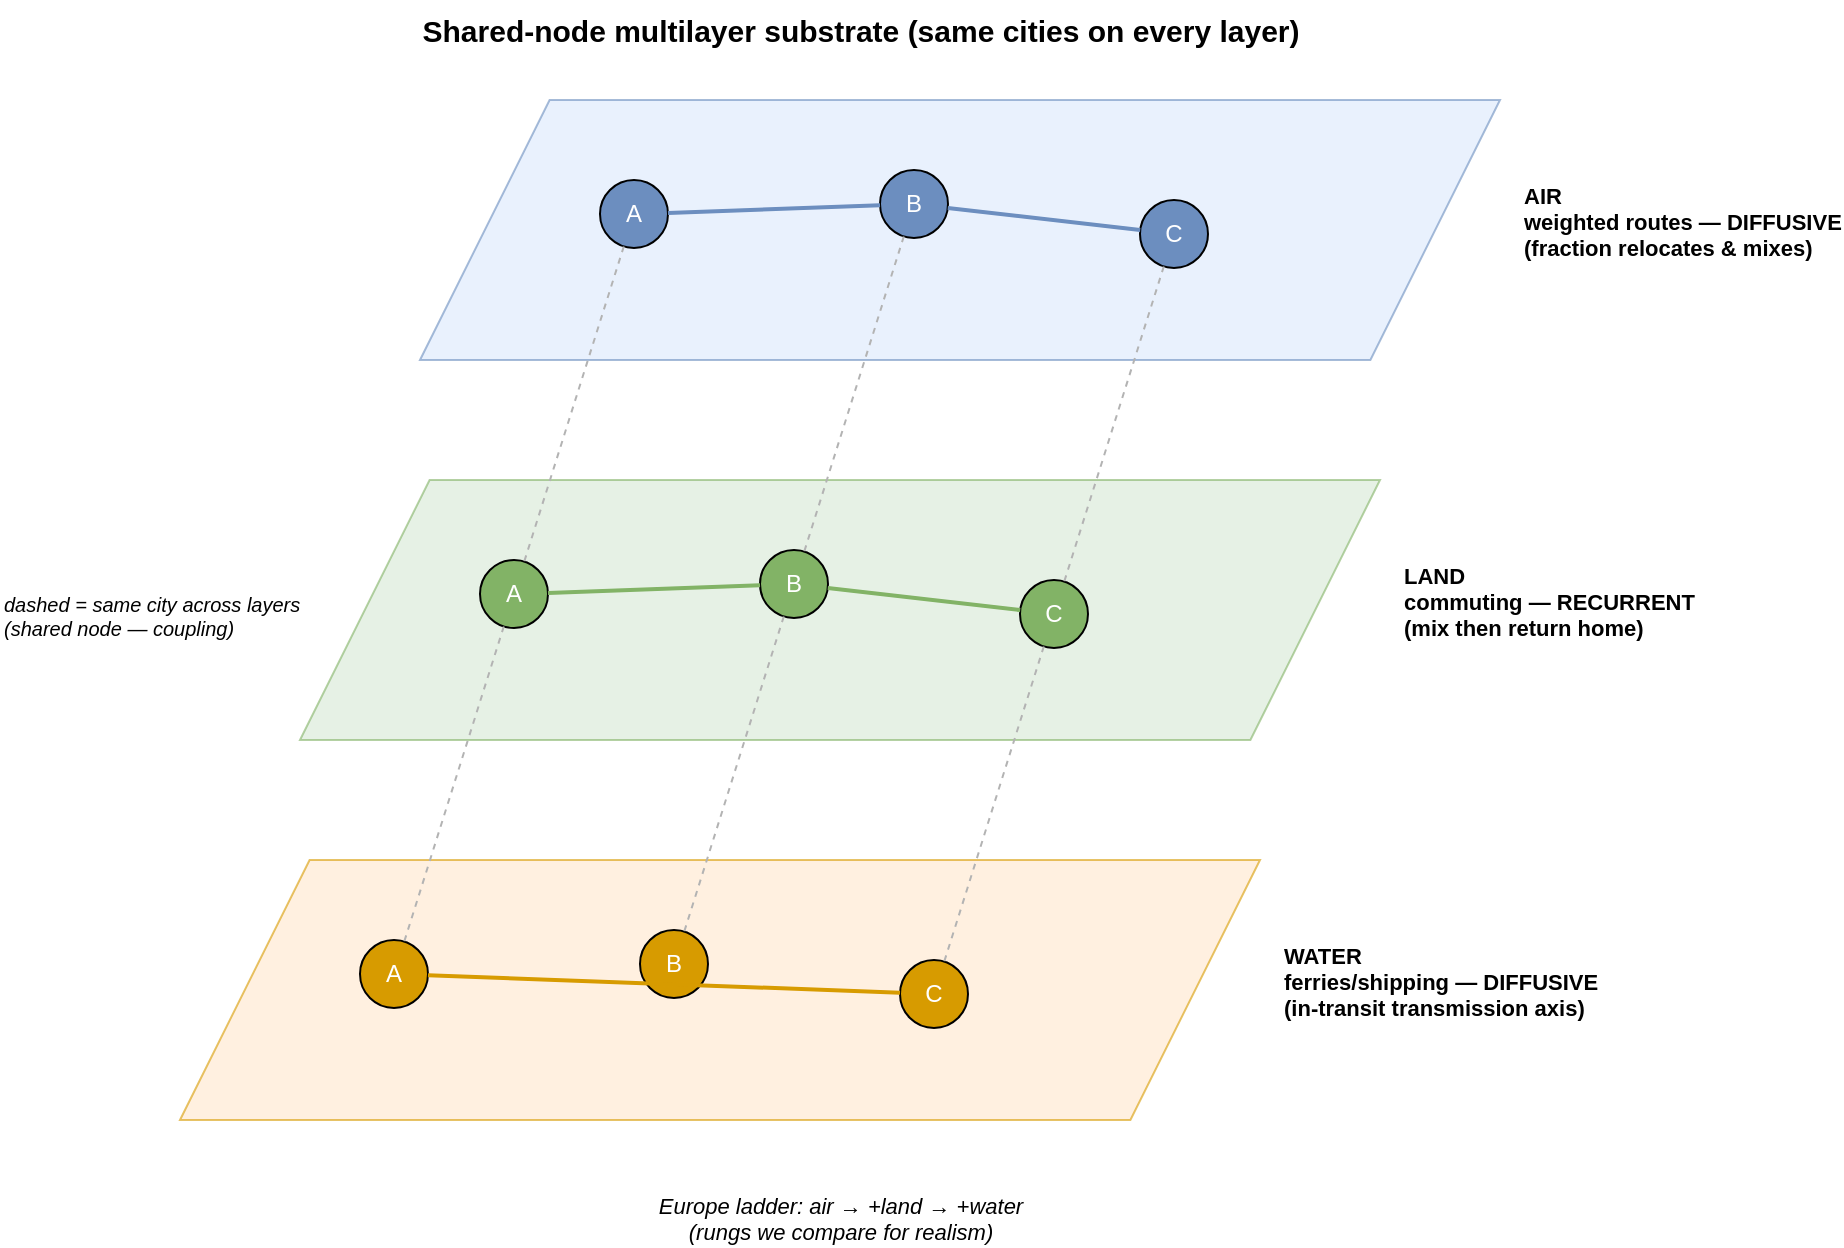
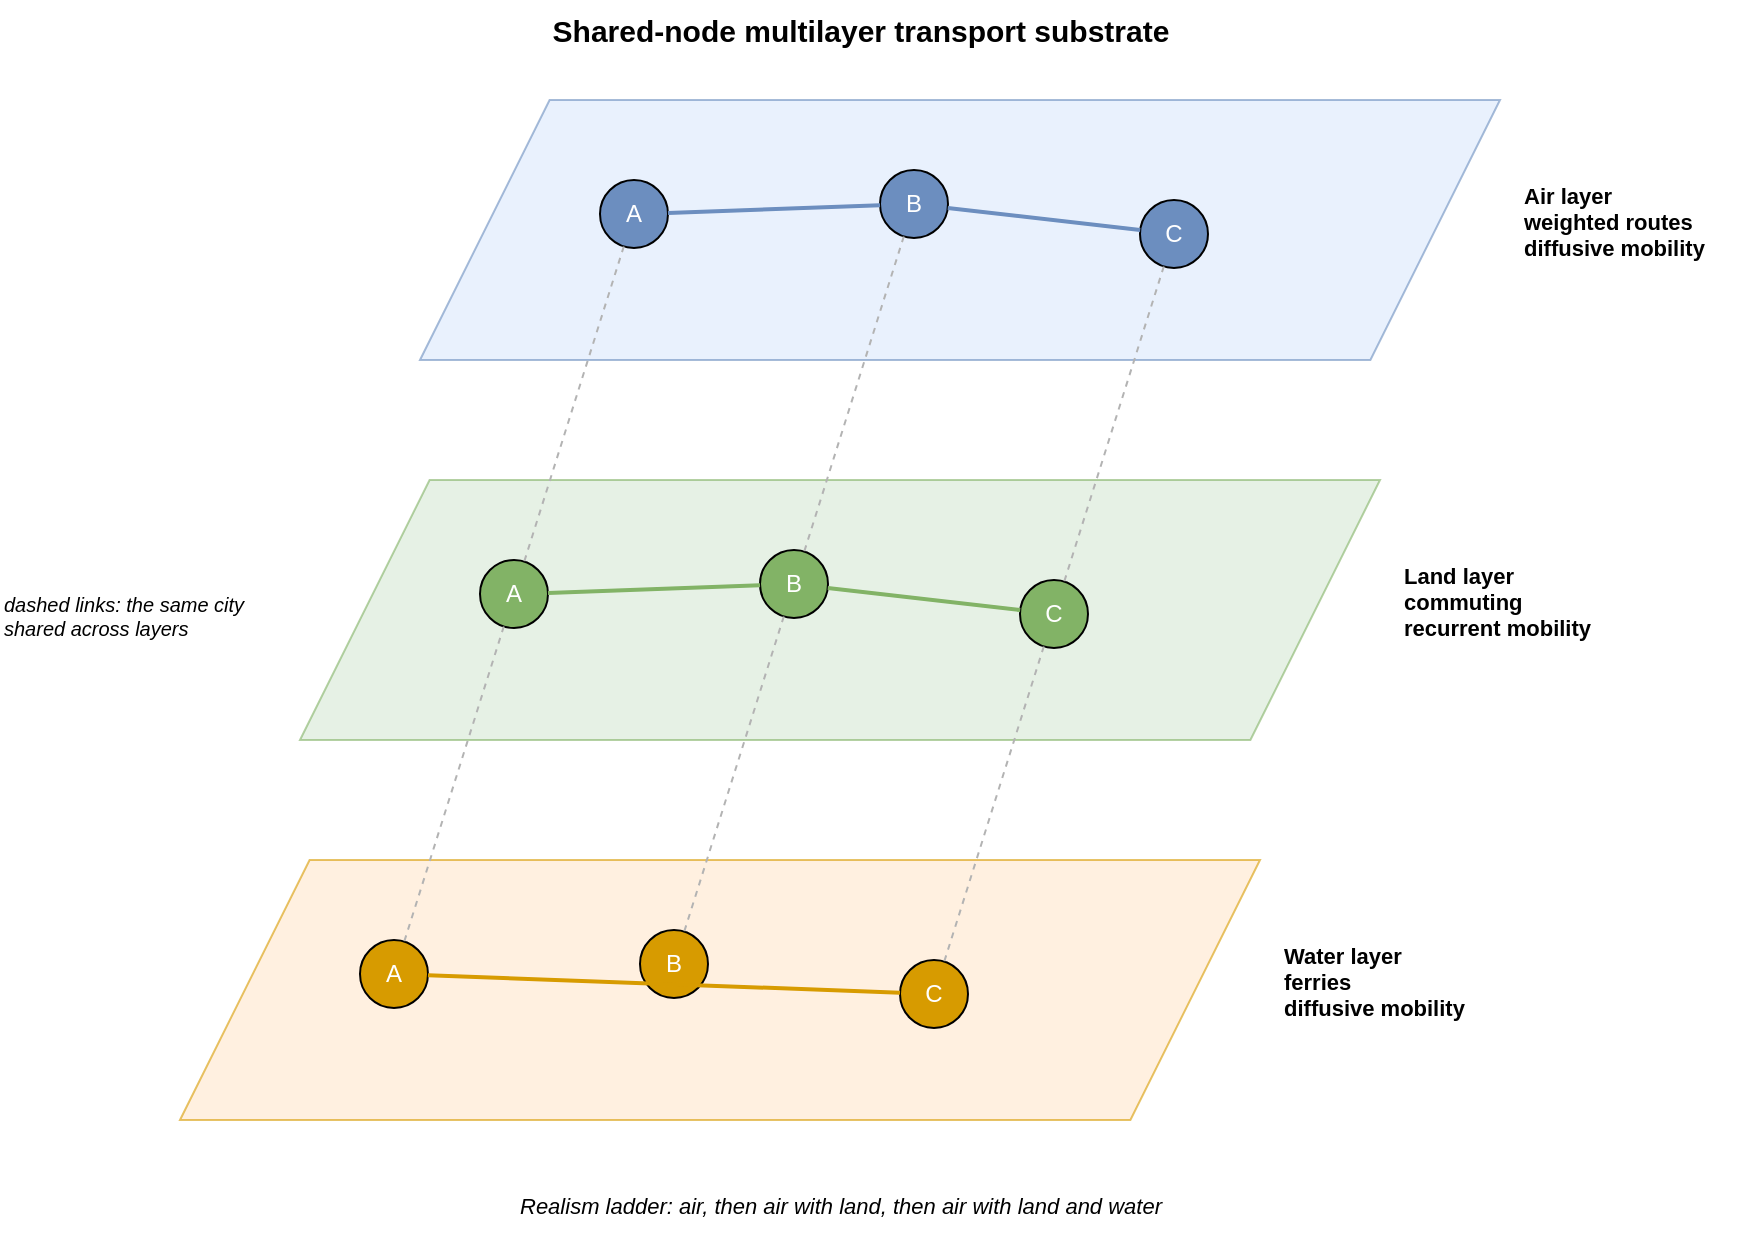
<mxfile host="app.diagrams.net" type="device">
-   <diagram id="F2stack" name="F2 — Multilayer substrate">
+   <diagram id="F2stack" name="F2 Multilayer substrate">
    <mxGraphModel dx="1100" dy="800" grid="1" gridSize="10" guides="1" tooltips="1" connect="1" arrows="1" fold="1" page="1" pageScale="1" pageWidth="900" pageHeight="700" math="0" shadow="0">
      <root>
        <mxCell id="0" />
        <mxCell id="1" parent="0" />

-         <mxCell id="title" value="Shared-node multilayer substrate (same cities on every layer)" style="text;html=1;fontSize=15;fontStyle=1;align=center;" vertex="1" parent="1">
+         <mxCell id="title" value="Shared-node multilayer transport substrate" style="text;html=1;fontSize=15;fontStyle=1;align=center;" vertex="1" parent="1">
          <mxGeometry x="200" y="10" width="520" height="30" as="geometry" />
        </mxCell>

        <!-- Planes (parallelograms) -->
        <mxCell id="pAir" value="" style="shape=parallelogram;perimeter=parallelogramPerimeter;whiteSpace=wrap;html=1;fillColor=#dae8fc;strokeColor=#6c8ebf;opacity=60;size=0.12;" vertex="1" parent="1">
          <mxGeometry x="240" y="60" width="540" height="130" as="geometry" />
        </mxCell>
        <mxCell id="pLand" value="" style="shape=parallelogram;perimeter=parallelogramPerimeter;whiteSpace=wrap;html=1;fillColor=#d5e8d4;strokeColor=#82b366;opacity=60;size=0.12;" vertex="1" parent="1">
          <mxGeometry x="180" y="250" width="540" height="130" as="geometry" />
        </mxCell>
        <mxCell id="pWater" value="" style="shape=parallelogram;perimeter=parallelogramPerimeter;whiteSpace=wrap;html=1;fillColor=#ffe6cc;strokeColor=#d79b00;opacity=60;size=0.12;" vertex="1" parent="1">
          <mxGeometry x="120" y="440" width="540" height="130" as="geometry" />
        </mxCell>

        <!-- Plane labels -->
-         <mxCell id="lAir" value="AIR&#10;weighted routes — DIFFUSIVE&#10;(fraction relocates &amp; mixes)" style="text;html=1;fontSize=11;align=left;fontStyle=1;" vertex="1" parent="1">
+         <mxCell id="lAir" value="Air layer&#10;weighted routes&#10;diffusive mobility" style="text;html=1;fontSize=11;align=left;fontStyle=1;" vertex="1" parent="1">
          <mxGeometry x="790" y="95" width="110" height="60" as="geometry" />
        </mxCell>
-         <mxCell id="lLand" value="LAND&#10;commuting — RECURRENT&#10;(mix then return home)" style="text;html=1;fontSize=11;align=left;fontStyle=1;" vertex="1" parent="1">
+         <mxCell id="lLand" value="Land layer&#10;commuting&#10;recurrent mobility" style="text;html=1;fontSize=11;align=left;fontStyle=1;" vertex="1" parent="1">
          <mxGeometry x="730" y="285" width="120" height="60" as="geometry" />
        </mxCell>
-         <mxCell id="lWater" value="WATER&#10;ferries/shipping — DIFFUSIVE&#10;(in-transit transmission axis)" style="text;html=1;fontSize=11;align=left;fontStyle=1;" vertex="1" parent="1">
+         <mxCell id="lWater" value="Water layer&#10;ferries&#10;diffusive mobility" style="text;html=1;fontSize=11;align=left;fontStyle=1;" vertex="1" parent="1">
          <mxGeometry x="670" y="475" width="130" height="60" as="geometry" />
        </mxCell>

        <!-- AIR nodes -->
        <mxCell id="a1" value="A" style="ellipse;whiteSpace=wrap;html=1;fillColor=#6c8ebf;fontColor=#ffffff;" vertex="1" parent="1"><mxGeometry x="330" y="100" width="34" height="34" as="geometry" /></mxCell>
        <mxCell id="a2" value="B" style="ellipse;whiteSpace=wrap;html=1;fillColor=#6c8ebf;fontColor=#ffffff;" vertex="1" parent="1"><mxGeometry x="470" y="95" width="34" height="34" as="geometry" /></mxCell>
        <mxCell id="a3" value="C" style="ellipse;whiteSpace=wrap;html=1;fillColor=#6c8ebf;fontColor=#ffffff;" vertex="1" parent="1"><mxGeometry x="600" y="110" width="34" height="34" as="geometry" /></mxCell>
        <!-- LAND nodes -->
        <mxCell id="d1" value="A" style="ellipse;whiteSpace=wrap;html=1;fillColor=#82b366;fontColor=#ffffff;" vertex="1" parent="1"><mxGeometry x="270" y="290" width="34" height="34" as="geometry" /></mxCell>
        <mxCell id="d2" value="B" style="ellipse;whiteSpace=wrap;html=1;fillColor=#82b366;fontColor=#ffffff;" vertex="1" parent="1"><mxGeometry x="410" y="285" width="34" height="34" as="geometry" /></mxCell>
        <mxCell id="d3" value="C" style="ellipse;whiteSpace=wrap;html=1;fillColor=#82b366;fontColor=#ffffff;" vertex="1" parent="1"><mxGeometry x="540" y="300" width="34" height="34" as="geometry" /></mxCell>
        <!-- WATER nodes -->
        <mxCell id="w1" value="A" style="ellipse;whiteSpace=wrap;html=1;fillColor=#d79b00;fontColor=#ffffff;" vertex="1" parent="1"><mxGeometry x="210" y="480" width="34" height="34" as="geometry" /></mxCell>
        <mxCell id="w2" value="B" style="ellipse;whiteSpace=wrap;html=1;fillColor=#d79b00;fontColor=#ffffff;" vertex="1" parent="1"><mxGeometry x="350" y="475" width="34" height="34" as="geometry" /></mxCell>
        <mxCell id="w3" value="C" style="ellipse;whiteSpace=wrap;html=1;fillColor=#d79b00;fontColor=#ffffff;" vertex="1" parent="1"><mxGeometry x="480" y="490" width="34" height="34" as="geometry" /></mxCell>

        <!-- intra-layer edges -->
        <mxCell id="ea1" style="endArrow=none;html=1;strokeColor=#6c8ebf;strokeWidth=2;" edge="1" parent="1" source="a1" target="a2"><mxGeometry relative="1" as="geometry" /></mxCell>
        <mxCell id="ea2" style="endArrow=none;html=1;strokeColor=#6c8ebf;strokeWidth=2;" edge="1" parent="1" source="a2" target="a3"><mxGeometry relative="1" as="geometry" /></mxCell>
        <mxCell id="ed1" style="endArrow=none;html=1;strokeColor=#82b366;strokeWidth=2;" edge="1" parent="1" source="d1" target="d2"><mxGeometry relative="1" as="geometry" /></mxCell>
        <mxCell id="ed2" style="endArrow=none;html=1;strokeColor=#82b366;strokeWidth=2;" edge="1" parent="1" source="d2" target="d3"><mxGeometry relative="1" as="geometry" /></mxCell>
        <mxCell id="ew1" style="endArrow=none;html=1;strokeColor=#d79b00;strokeWidth=2;" edge="1" parent="1" source="w1" target="w3"><mxGeometry relative="1" as="geometry" /></mxCell>

        <!-- inter-layer coupling (dashed) -->
        <mxCell id="cAB1" style="endArrow=none;html=1;dashed=1;strokeColor=#b3b3b3;" edge="1" parent="1" source="a1" target="d1"><mxGeometry relative="1" as="geometry" /></mxCell>
        <mxCell id="cAB2" style="endArrow=none;html=1;dashed=1;strokeColor=#b3b3b3;" edge="1" parent="1" source="d1" target="w1"><mxGeometry relative="1" as="geometry" /></mxCell>
        <mxCell id="cBB1" style="endArrow=none;html=1;dashed=1;strokeColor=#b3b3b3;" edge="1" parent="1" source="a2" target="d2"><mxGeometry relative="1" as="geometry" /></mxCell>
        <mxCell id="cBB2" style="endArrow=none;html=1;dashed=1;strokeColor=#b3b3b3;" edge="1" parent="1" source="d2" target="w2"><mxGeometry relative="1" as="geometry" /></mxCell>
        <mxCell id="cCC1" style="endArrow=none;html=1;dashed=1;strokeColor=#b3b3b3;" edge="1" parent="1" source="a3" target="d3"><mxGeometry relative="1" as="geometry" /></mxCell>
        <mxCell id="cCC2" style="endArrow=none;html=1;dashed=1;strokeColor=#b3b3b3;" edge="1" parent="1" source="d3" target="w3"><mxGeometry relative="1" as="geometry" /></mxCell>

-         <mxCell id="couplabel" value="dashed = same city across layers&#10;(shared node — coupling)" style="text;html=1;fontSize=10;fontStyle=2;align=left;" vertex="1" parent="1">
+         <mxCell id="couplabel" value="dashed links: the same city&#10;shared across layers" style="text;html=1;fontSize=10;fontStyle=2;align=left;" vertex="1" parent="1">
          <mxGeometry x="30" y="300" width="150" height="40" as="geometry" />
        </mxCell>
-         <mxCell id="ladder" value="Europe ladder: air → +land → +water&#10;(rungs we compare for realism)" style="text;html=1;fontSize=11;fontStyle=2;align=center;" vertex="1" parent="1">
-           <mxGeometry x="250" y="600" width="400" height="30" as="geometry" />
+         <mxCell id="ladder" value="Realism ladder: air, then air with land, then air with land and water" style="text;html=1;fontSize=11;fontStyle=2;align=center;" vertex="1" parent="1">
+           <mxGeometry x="200" y="600" width="500" height="30" as="geometry" />
        </mxCell>
      </root>
    </mxGraphModel>
  </diagram>
</mxfile>
